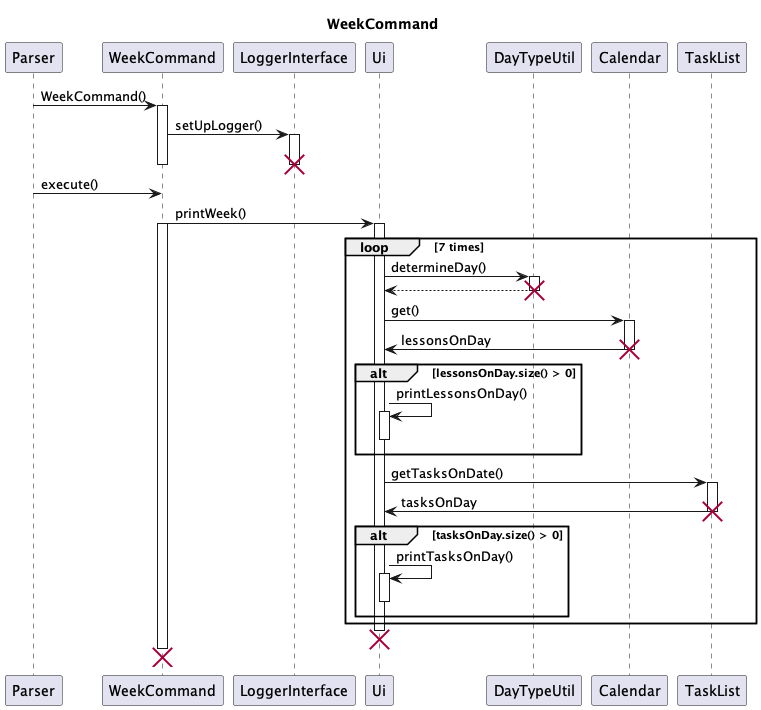
Earlier version of the PlantUML export docs/uml-diagrams/Week-WeekCommand.png (nus-cs2113-AY2223S2/tp).
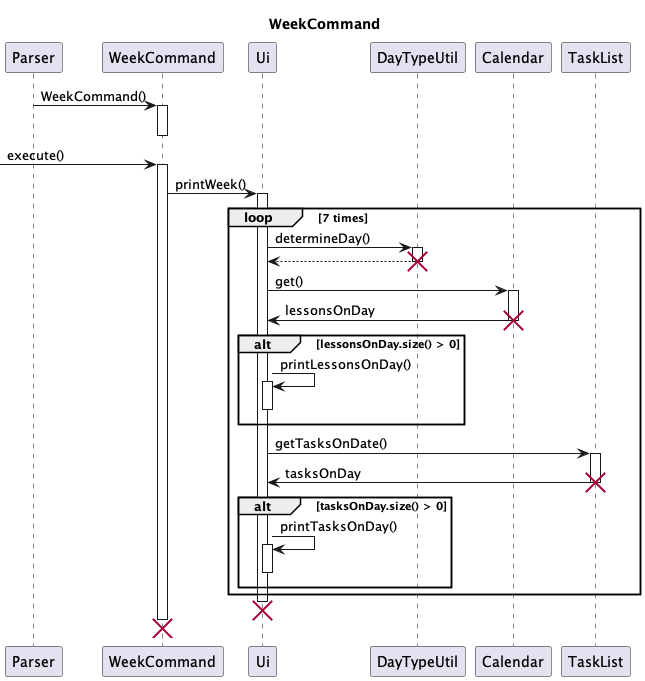
After the change.

Commit message:
Remove logger from Sequence Diagram

The edit, as a diff of the source:
```diff
@@ -8,19 +8,13 @@
 
 Parser -> week : WeekCommand()
 activate week
-week -> LoggerInterface : setUpLogger()
-
-activate LoggerInterface
-deactivate LoggerInterface
-destroy LoggerInterface
 deactivate week
 
-Parser -> week : execute()
+ -> week : execute()
+activate week
 
 week -> Ui : printWeek()
 activate Ui
-
-activate week
 
 loop 7 times
     Ui -> DayTypeUtil : determineDay()
```
